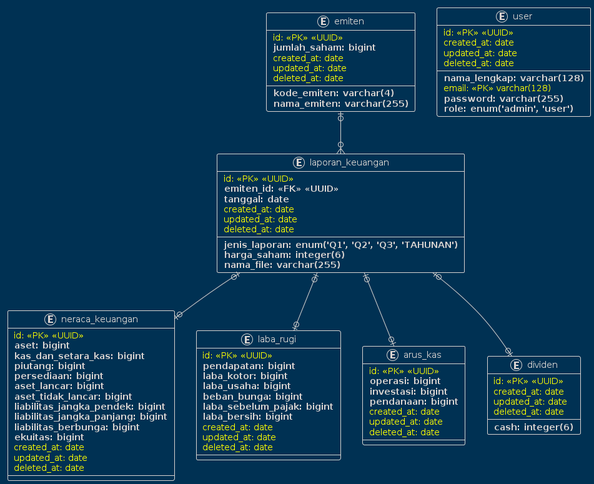
Before: erd-laporan-keuangan/laporan_emiten.png, a diagram exported from PlantUML (lukmanharun1/laporan_keuangan).
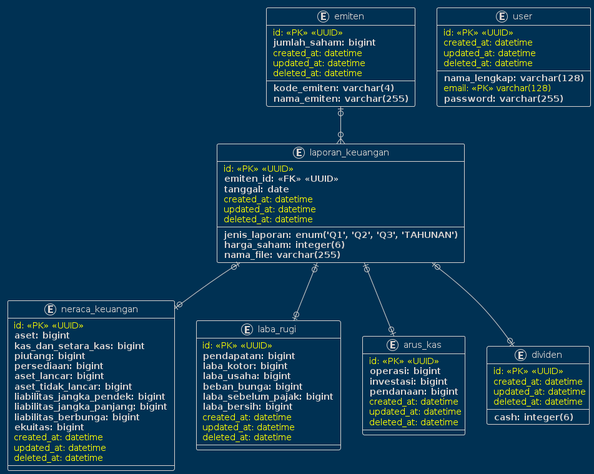
After the commit.

Commit message:
mengubah date jadi datetime di field created_at, updated_at, deleted_at

Diff of the diagram source:
```diff
@@ -13,9 +13,9 @@
     ** liabilitas_jangka_panjang: bigint **
     ** liabilitas_berbunga: bigint **
     ** ekuitas: bigint **
-    <color:yellow> created_at: date</color>
-    <color:yellow> updated_at: date</color>
-    <color:yellow> deleted_at: date</color>
+    <color:yellow> created_at: datetime</color>
+    <color:yellow> updated_at: datetime</color>
+    <color:yellow> deleted_at: datetime</color>
   }
 
   entity laba_rugi {
@@ -26,9 +26,9 @@
     ** beban_bunga: bigint **
     ** laba_sebelum_pajak: bigint **
     ** laba_bersih: bigint **
-    <color:yellow> created_at: date</color>
-    <color:yellow> updated_at: date</color>
-    <color:yellow> deleted_at: date</color>
+    <color:yellow> created_at: datetime</color>
+    <color:yellow> updated_at: datetime</color>
+    <color:yellow> deleted_at: datetime</color>
   }
 
   entity arus_kas {
@@ -36,9 +36,9 @@
     ** operasi: bigint **
     ** investasi: bigint **
     ** pendanaan: bigint **
-    <color:yellow> created_at: date</color>
-    <color:yellow> updated_at: date</color>
-    <color:yellow> deleted_at: date</color>
+    <color:yellow> created_at: datetime</color>
+    <color:yellow> updated_at: datetime</color>
+    <color:yellow> deleted_at: datetime</color>
   }
 
   entity emiten {
@@ -46,17 +46,17 @@
     ** kode_emiten: varchar(4) **
     ** nama_emiten: varchar(255) **
     ** jumlah_saham: bigint **
-    <color:yellow> created_at: date</color>
-    <color:yellow> updated_at: date</color>
-    <color:yellow> deleted_at: date</color>
+    <color:yellow> created_at: datetime</color>
+    <color:yellow> updated_at: datetime</color>
+    <color:yellow> deleted_at: datetime</color>
   }
 
   entity dividen {
     <color:yellow> id: <<PK>> <<UUID>></color>
     ** cash: integer(6) **
-    <color:yellow> created_at: date</color>
-    <color:yellow> updated_at: date</color>
-    <color:yellow> deleted_at: date</color>
+    <color:yellow> created_at: datetime</color>
+    <color:yellow> updated_at: datetime</color>
+    <color:yellow> deleted_at: datetime</color>
   }
   entity laporan_keuangan {
     <color:yellow> id: <<PK>> <<UUID>></color>
@@ -65,9 +65,9 @@
     ** tanggal: date **
     ** harga_saham: integer(6) **
     ** nama_file: varchar(255) **
-    <color:yellow> created_at: date</color>
-    <color:yellow> updated_at: date</color>
-    <color:yellow> deleted_at: date</color>
+    <color:yellow> created_at: datetime</color>
+    <color:yellow> updated_at: datetime</color>
+    <color:yellow> deleted_at: datetime</color>
   }
 
   entity user {
@@ -75,10 +75,9 @@
     ** nama_lengkap: varchar(128) **
     <color:yellow> email: <<PK>> varchar(128)</color>
     ** password: varchar(255) **
-    ** role: enum('admin', 'user') **
-    <color:yellow> created_at: date</color>
-    <color:yellow> updated_at: date</color>
-    <color:yellow> deleted_at: date</color>
+    <color:yellow> created_at: datetime</color>
+    <color:yellow> updated_at: datetime</color>
+    <color:yellow> deleted_at: datetime</color>
   }
 
   emiten |o--o{ laporan_keuangan
```
